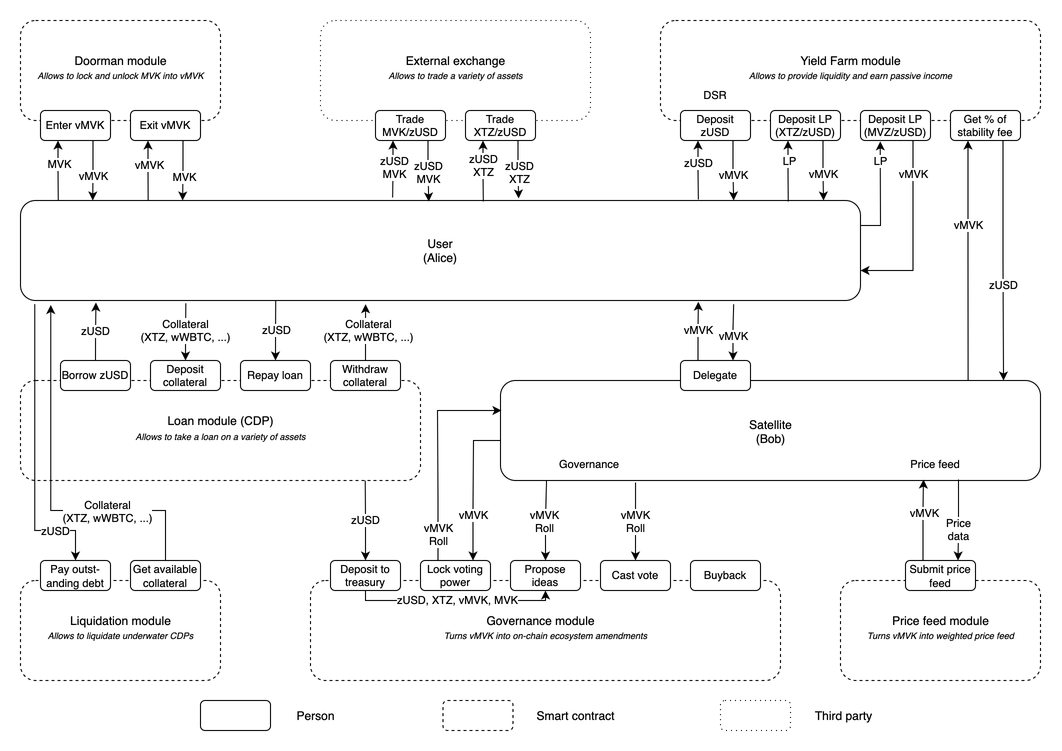
This is src/frontend/public/images/litepaper-flow.png from MavrykDynamics/maven-frontend, a draw.io export, as it was before one commit. Source tidied: cells renumbered, new cells last; positions are measured from the earlier drawing's top-left corner, leaving out a move shared by most shapes.
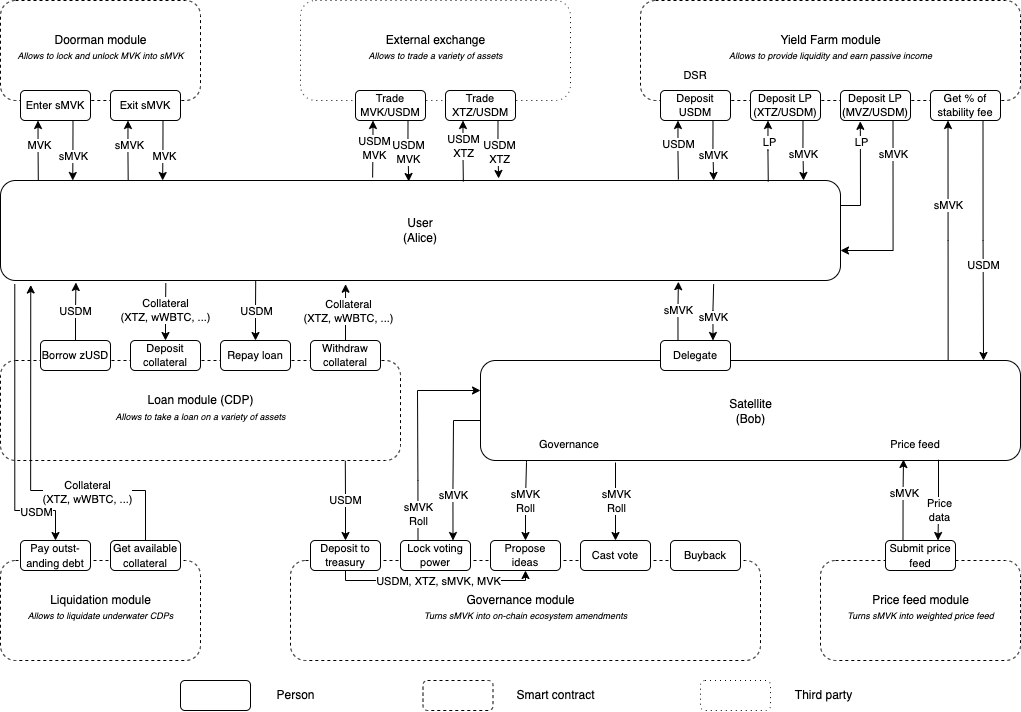
The same diagram one commit later.

What changed in the source:
```diff
@@ -19,3 +19,3 @@
     </mxCell>
-    <mxCell id="7" value="vMVK" style="edgeLabel;html=1;align=center;verticalAlign=middle;fontSize=11;" parent="6" vertex="1">
+    <mxCell id="7" value="sMVK" style="edgeLabel;html=1;align=center;verticalAlign=middle;fontSize=11;" parent="6" vertex="1">
       <mxGeometry x="0.34" relative="1" as="geometry">
@@ -24,3 +24,3 @@
     </mxCell>
-    <mxCell id="8" value="Enter vMVK" style="rounded=1;whiteSpace=wrap;html=1;fontSize=11;" parent="1" vertex="1">
+    <mxCell id="8" value="Enter sMVK" style="rounded=1;whiteSpace=wrap;html=1;fontSize=11;" parent="1" vertex="1">
       <mxGeometry x="20" y="90" width="70" height="30" as="geometry" />
@@ -30,3 +30,3 @@
     </mxCell>
-    <mxCell id="10" value="vMVK" style="edgeLabel;html=1;align=center;verticalAlign=middle;fontSize=11;" parent="9" vertex="1">
+    <mxCell id="10" value="sMVK" style="edgeLabel;html=1;align=center;verticalAlign=middle;fontSize=11;" parent="9" vertex="1">
       <mxGeometry x="0.04" y="1" relative="1" as="geometry">
@@ -43,3 +43,3 @@
     </mxCell>
-    <mxCell id="13" value="Exit vMVK" style="rounded=1;whiteSpace=wrap;html=1;fontSize=11;" parent="1" vertex="1">
+    <mxCell id="13" value="Exit sMVK" style="rounded=1;whiteSpace=wrap;html=1;fontSize=11;" parent="1" vertex="1">
       <mxGeometry x="110" y="90" width="70" height="30" as="geometry" />
@@ -52,3 +52,3 @@
     </mxCell>
-    <mxCell id="16" value="zUSD&lt;br&gt;MVK" style="edgeLabel;html=1;align=center;verticalAlign=middle;fontSize=11;" parent="15" vertex="1">
+    <mxCell id="16" value="USDM&lt;br&gt;MVK" style="edgeLabel;html=1;align=center;verticalAlign=middle;fontSize=11;" parent="15" vertex="1">
       <mxGeometry x="-0.18" y="1" relative="1" as="geometry">
@@ -60,3 +60,3 @@
     </mxCell>
-    <mxCell id="18" value="zUSD&lt;br&gt;MVK" style="edgeLabel;html=1;align=center;verticalAlign=middle;fontSize=11;" parent="17" vertex="1">
+    <mxCell id="18" value="USDM&lt;br&gt;MVK" style="edgeLabel;html=1;align=center;verticalAlign=middle;fontSize=11;" parent="17" vertex="1">
       <mxGeometry x="-0.07" y="-4" relative="1" as="geometry">
@@ -65,3 +65,3 @@
     </mxCell>
-    <mxCell id="19" value="Trade MVK/zUSD" style="rounded=1;whiteSpace=wrap;html=1;fontSize=11;" parent="1" vertex="1">
+    <mxCell id="19" value="Trade MVK/USDM" style="rounded=1;whiteSpace=wrap;html=1;fontSize=11;" parent="1" vertex="1">
       <mxGeometry x="355" y="90" width="70" height="30" as="geometry" />
@@ -71,3 +71,3 @@
     </mxCell>
-    <mxCell id="21" value="zUSD&lt;br&gt;XTZ" style="edgeLabel;html=1;align=center;verticalAlign=middle;fontSize=11;" parent="20" vertex="1">
+    <mxCell id="21" value="USDM&lt;br&gt;XTZ" style="edgeLabel;html=1;align=center;verticalAlign=middle;fontSize=11;" parent="20" vertex="1">
       <mxGeometry x="-0.26" relative="1" as="geometry">
@@ -79,3 +79,3 @@
     </mxCell>
-    <mxCell id="23" value="zUSD&lt;br&gt;XTZ" style="edgeLabel;html=1;align=center;verticalAlign=middle;fontSize=11;" parent="22" vertex="1">
+    <mxCell id="23" value="USDM&lt;br&gt;XTZ" style="edgeLabel;html=1;align=center;verticalAlign=middle;fontSize=11;" parent="22" vertex="1">
       <mxGeometry x="0.19" relative="1" as="geometry">
@@ -84,3 +84,3 @@
     </mxCell>
-    <mxCell id="24" value="Trade XTZ/zUSD" style="rounded=1;whiteSpace=wrap;html=1;fontSize=11;" parent="1" vertex="1">
+    <mxCell id="24" value="Trade XTZ/USDM" style="rounded=1;whiteSpace=wrap;html=1;fontSize=11;" parent="1" vertex="1">
       <mxGeometry x="445" y="90" width="70" height="30" as="geometry" />
@@ -93,3 +93,3 @@
     </mxCell>
-    <mxCell id="27" value="zUSD" style="edgeLabel;html=1;align=center;verticalAlign=middle;fontSize=11;" parent="26" vertex="1">
+    <mxCell id="27" value="USDM" style="edgeLabel;html=1;align=center;verticalAlign=middle;fontSize=11;" parent="26" vertex="1">
       <mxGeometry x="-0.1" relative="1" as="geometry">
@@ -101,3 +101,3 @@
     </mxCell>
-    <mxCell id="29" value="vMVK" style="edgeLabel;html=1;align=center;verticalAlign=middle;fontSize=11;" parent="28" vertex="1">
+    <mxCell id="29" value="sMVK" style="edgeLabel;html=1;align=center;verticalAlign=middle;fontSize=11;" parent="28" vertex="1">
       <mxGeometry x="-0.06" relative="1" as="geometry">
@@ -106,3 +106,3 @@
     </mxCell>
-    <mxCell id="30" value="Deposit&lt;br style=&quot;font-size: 11px;&quot;&gt;zUSD" style="rounded=1;whiteSpace=wrap;html=1;fontSize=11;" parent="1" vertex="1">
+    <mxCell id="30" value="Deposit&lt;br style=&quot;font-size: 11px&quot;&gt;USDM" style="rounded=1;whiteSpace=wrap;html=1;fontSize=11;" parent="1" vertex="1">
       <mxGeometry x="660" y="90" width="70" height="30" as="geometry" />
@@ -118,6 +118,6 @@
     </mxCell>
-    <mxCell id="34" value="vMVK" style="edgeLabel;html=1;align=center;verticalAlign=middle;fontSize=11;" parent="33" vertex="1">
+    <mxCell id="34" value="sMVK" style="edgeLabel;html=1;align=center;verticalAlign=middle;fontSize=11;" parent="33" vertex="1">
       <mxGeometry x="0.13" y="-1" relative="1" as="geometry" />
     </mxCell>
-    <mxCell id="35" value="Deposit LP (XTZ/zUSD)" style="rounded=1;whiteSpace=wrap;html=1;fontSize=11;" parent="1" vertex="1">
+    <mxCell id="35" value="Deposit LP (XTZ/USDM)" style="rounded=1;whiteSpace=wrap;html=1;fontSize=11;" parent="1" vertex="1">
       <mxGeometry x="750" y="90" width="70" height="30" as="geometry" />
@@ -139,3 +139,3 @@
     </mxCell>
-    <mxCell id="39" value="vMVK" style="edgeLabel;html=1;align=center;verticalAlign=middle;fontSize=11;" parent="38" vertex="1">
+    <mxCell id="39" value="sMVK" style="edgeLabel;html=1;align=center;verticalAlign=middle;fontSize=11;" parent="38" vertex="1">
       <mxGeometry x="-0.61" relative="1" as="geometry">
@@ -144,3 +144,3 @@
     </mxCell>
-    <mxCell id="40" value="Deposit LP&lt;br style=&quot;font-size: 11px;&quot;&gt;(MVZ/zUSD)" style="rounded=1;whiteSpace=wrap;html=1;fontSize=11;" parent="1" vertex="1">
+    <mxCell id="40" value="Deposit LP&lt;br style=&quot;font-size: 11px&quot;&gt;(MVZ/USDM)" style="rounded=1;whiteSpace=wrap;html=1;fontSize=11;" parent="1" vertex="1">
       <mxGeometry x="840" y="90" width="70" height="30" as="geometry" />
@@ -150,3 +150,3 @@
     </mxCell>
-    <mxCell id="42" value="vMVK" style="edgeLabel;html=1;align=center;verticalAlign=middle;fontSize=11;" parent="41" vertex="1">
+    <mxCell id="42" value="sMVK" style="edgeLabel;html=1;align=center;verticalAlign=middle;fontSize=11;" parent="41" vertex="1">
       <mxGeometry x="-0.3" relative="1" as="geometry" />
@@ -158,3 +158,3 @@
     </mxCell>
-    <mxCell id="44" value="zUSD" style="edgeLabel;html=1;align=center;verticalAlign=middle;fontSize=11;" parent="43" vertex="1">
+    <mxCell id="44" value="USDM" style="edgeLabel;html=1;align=center;verticalAlign=middle;fontSize=11;" parent="43" vertex="1">
       <mxGeometry x="0.21" y="-1" relative="1" as="geometry" />
@@ -167,3 +167,3 @@
     </mxCell>
-    <mxCell id="47" value="zUSD" style="edgeStyle=orthogonalEdgeStyle;rounded=0;jettySize=auto;html=1;exitX=0.5;exitY=0;exitDx=0;exitDy=0;entryX=0.066;entryY=1.02;entryDx=0;entryDy=0;entryPerimeter=0;fontSize=11;startArrow=none;startFill=0;endArrow=classic;endFill=1;" parent="1" edge="1" source="48">
+    <mxCell id="47" value="USDM" style="edgeStyle=orthogonalEdgeStyle;rounded=0;jettySize=auto;html=1;exitX=0.5;exitY=0;exitDx=0;exitDy=0;entryX=0.066;entryY=1.02;entryDx=0;entryDy=0;entryPerimeter=0;fontSize=11;startArrow=none;startFill=0;endArrow=classic;endFill=1;" parent="1" edge="1" source="48">
       <mxGeometry relative="1" as="geometry">
@@ -193,3 +193,3 @@
     </mxCell>
-    <mxCell id="53" value="zUSD" style="edgeLabel;html=1;align=center;verticalAlign=middle;fontSize=11;" parent="52" vertex="1">
+    <mxCell id="53" value="USDM" style="edgeLabel;html=1;align=center;verticalAlign=middle;fontSize=11;" parent="52" vertex="1">
       <mxGeometry x="0.11" relative="1" as="geometry">
@@ -223,3 +223,3 @@
     </mxCell>
-    <mxCell id="60" value="zUSD" style="edgeLabel;html=1;align=center;verticalAlign=middle;fontSize=11;" parent="59" vertex="1">
+    <mxCell id="60" value="USDM" style="edgeLabel;html=1;align=center;verticalAlign=middle;fontSize=11;" parent="59" vertex="1">
       <mxGeometry x="-0.66" y="1" relative="1" as="geometry" />
@@ -249,3 +249,3 @@
     </mxCell>
-    <mxCell id="67" value="vMVK" style="edgeLabel;html=1;align=center;verticalAlign=middle;fontSize=11;" parent="66" vertex="1">
+    <mxCell id="67" value="sMVK" style="edgeLabel;html=1;align=center;verticalAlign=middle;fontSize=11;" parent="66" vertex="1">
       <mxGeometry x="-0.31" relative="1" as="geometry">
@@ -254,3 +254,3 @@
     </mxCell>
-    <mxCell id="68" value="vMVK" style="edgeStyle=orthogonalEdgeStyle;rounded=0;jettySize=auto;html=1;exitX=0.25;exitY=0;exitDx=0;exitDy=0;entryX=0.807;entryY=1.012;entryDx=0;entryDy=0;entryPerimeter=0;fontSize=11;startArrow=none;startFill=0;endArrow=classic;endFill=1;" parent="1" edge="1" source="69" target="2">
+    <mxCell id="68" value="sMVK" style="edgeStyle=orthogonalEdgeStyle;rounded=0;jettySize=auto;html=1;exitX=0.25;exitY=0;exitDx=0;exitDy=0;entryX=0.807;entryY=1.012;entryDx=0;entryDy=0;entryPerimeter=0;fontSize=11;startArrow=none;startFill=0;endArrow=classic;endFill=1;" parent="1" edge="1" source="69" target="2">
       <mxGeometry relative="1" as="geometry" />
@@ -290,3 +290,3 @@
     </mxCell>
-    <mxCell id="76" value="vMVK" style="edgeLabel;html=1;align=center;verticalAlign=middle;fontSize=11;" parent="75" vertex="1">
+    <mxCell id="76" value="sMVK" style="edgeLabel;html=1;align=center;verticalAlign=middle;fontSize=11;" parent="75" vertex="1">
       <mxGeometry x="0.15" y="-1" relative="1" as="geometry">
@@ -301,3 +301,3 @@
     </mxCell>
-    <mxCell id="79" value="zUSD" style="edgeStyle=orthogonalEdgeStyle;rounded=0;jettySize=auto;html=1;exitX=0.5;exitY=0;exitDx=0;exitDy=0;entryX=0.862;entryY=1.003;entryDx=0;entryDy=0;entryPerimeter=0;fontSize=11;startArrow=classic;startFill=1;endArrow=none;endFill=0;" parent="1" edge="1" source="82" target="46">
+    <mxCell id="79" value="USDM" style="edgeStyle=orthogonalEdgeStyle;rounded=0;jettySize=auto;html=1;exitX=0.5;exitY=0;exitDx=0;exitDy=0;entryX=0.862;entryY=1.003;entryDx=0;entryDy=0;entryPerimeter=0;fontSize=11;startArrow=classic;startFill=1;endArrow=none;endFill=0;" parent="1" edge="1" source="82" target="46">
       <mxGeometry relative="1" as="geometry" />
@@ -312,3 +312,3 @@
     </mxCell>
-    <mxCell id="81" value="zUSD, XTZ, vMVK, MVK" style="edgeLabel;html=1;align=center;verticalAlign=middle;fontSize=11;" parent="80" vertex="1">
+    <mxCell id="81" value="USDM, XTZ, sMVK, MVK" style="edgeLabel;html=1;align=center;verticalAlign=middle;fontSize=11;" parent="80" vertex="1">
       <mxGeometry x="-0.16" y="-1" relative="1" as="geometry">
@@ -331,3 +331,3 @@
     </mxCell>
-    <mxCell id="84" value="vMVK&lt;br&gt;Roll" style="edgeLabel;html=1;align=center;verticalAlign=middle;fontSize=11;" parent="83" vertex="1">
+    <mxCell id="84" value="sMVK&lt;br&gt;Roll" style="edgeLabel;html=1;align=center;verticalAlign=middle;fontSize=11;" parent="83" vertex="1">
       <mxGeometry x="-0.77" y="-1" relative="1" as="geometry">
@@ -345,3 +345,3 @@
     </mxCell>
-    <mxCell id="86" value="vMVK" style="edgeLabel;html=1;align=center;verticalAlign=middle;fontSize=11;" parent="85" vertex="1">
+    <mxCell id="86" value="sMVK" style="edgeLabel;html=1;align=center;verticalAlign=middle;fontSize=11;" parent="85" vertex="1">
       <mxGeometry x="-0.8" relative="1" as="geometry">
@@ -363,3 +363,3 @@
     </mxCell>
-    <mxCell id="89" value="vMVK&lt;br&gt;Roll" style="edgeLabel;html=1;align=center;verticalAlign=middle;fontSize=11;" parent="88" vertex="1">
+    <mxCell id="89" value="sMVK&lt;br&gt;Roll" style="edgeLabel;html=1;align=center;verticalAlign=middle;fontSize=11;" parent="88" vertex="1">
       <mxGeometry x="-0.78" y="1" relative="1" as="geometry">
@@ -379,3 +379,3 @@
     </mxCell>
-    <mxCell id="92" value="vMVK&lt;br&gt;Roll" style="edgeLabel;html=1;align=center;verticalAlign=middle;fontSize=11;" parent="91" vertex="1">
+    <mxCell id="92" value="sMVK&lt;br&gt;Roll" style="edgeLabel;html=1;align=center;verticalAlign=middle;fontSize=11;" parent="91" vertex="1">
       <mxGeometry x="-0.78" y="-3" relative="1" as="geometry">
@@ -390,6 +390,6 @@
     </mxCell>
-    <mxCell id="95" value="&lt;font style=&quot;font-size: 9px&quot;&gt;&lt;i&gt;Turns vMVK into weighted price feed&lt;/i&gt;&lt;/font&gt;" style="text;html=1;align=center;verticalAlign=middle;strokeColor=none;fillColor=none;fontSize=11;" parent="1" vertex="1">
+    <mxCell id="95" value="&lt;font style=&quot;font-size: 9px&quot;&gt;&lt;i&gt;Turns sMVK into weighted price feed&lt;/i&gt;&lt;/font&gt;" style="text;html=1;align=center;verticalAlign=middle;strokeColor=none;fillColor=none;fontSize=11;" parent="1" vertex="1">
       <mxGeometry x="840" y="605" width="160" height="20" as="geometry" />
     </mxCell>
-    <mxCell id="96" value="&lt;font style=&quot;font-size: 9px&quot;&gt;&lt;i&gt;Turns vMVK into on-chain ecosystem amendments&lt;/i&gt;&lt;/font&gt;" style="text;html=1;align=center;verticalAlign=middle;strokeColor=none;fillColor=none;fontSize=11;" parent="1" vertex="1">
+    <mxCell id="96" value="&lt;font style=&quot;font-size: 9px&quot;&gt;&lt;i&gt;Turns sMVK into on-chain ecosystem amendments&lt;/i&gt;&lt;/font&gt;" style="text;html=1;align=center;verticalAlign=middle;strokeColor=none;fillColor=none;fontSize=11;" parent="1" vertex="1">
       <mxGeometry x="415" y="605" width="220" height="20" as="geometry" />
@@ -402,3 +402,3 @@
     </mxCell>
-    <mxCell id="99" value="&lt;font style=&quot;font-size: 9px&quot;&gt;&lt;i&gt;Allows to lock and unlock MVK into vMVK&lt;/i&gt;&lt;/font&gt;" style="text;html=1;align=center;verticalAlign=middle;strokeColor=none;fillColor=none;fontSize=11;" parent="1" vertex="1">
+    <mxCell id="99" value="&lt;font style=&quot;font-size: 9px&quot;&gt;&lt;i&gt;Allows to lock and unlock MVK into sMVK&lt;/i&gt;&lt;/font&gt;" style="text;html=1;align=center;verticalAlign=middle;strokeColor=none;fillColor=none;fontSize=11;" parent="1" vertex="1">
       <mxGeometry x="10" y="45" width="180" height="20" as="geometry" />
```
